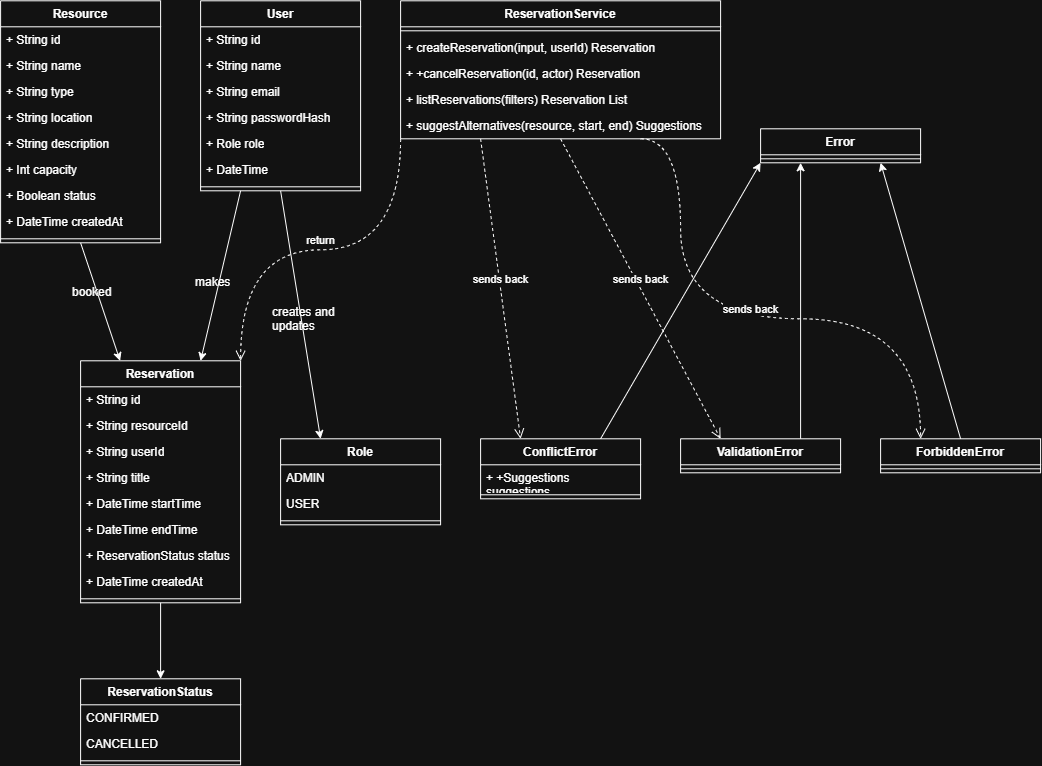
This is docs/diagrams/class.png from Dunith-Code/reservacore, a draw.io export, as it was before one commit. Source tidied: cells renumbered, new cells last; positions are measured from the earlier drawing's top-left corner, leaving out a move shared by most shapes.
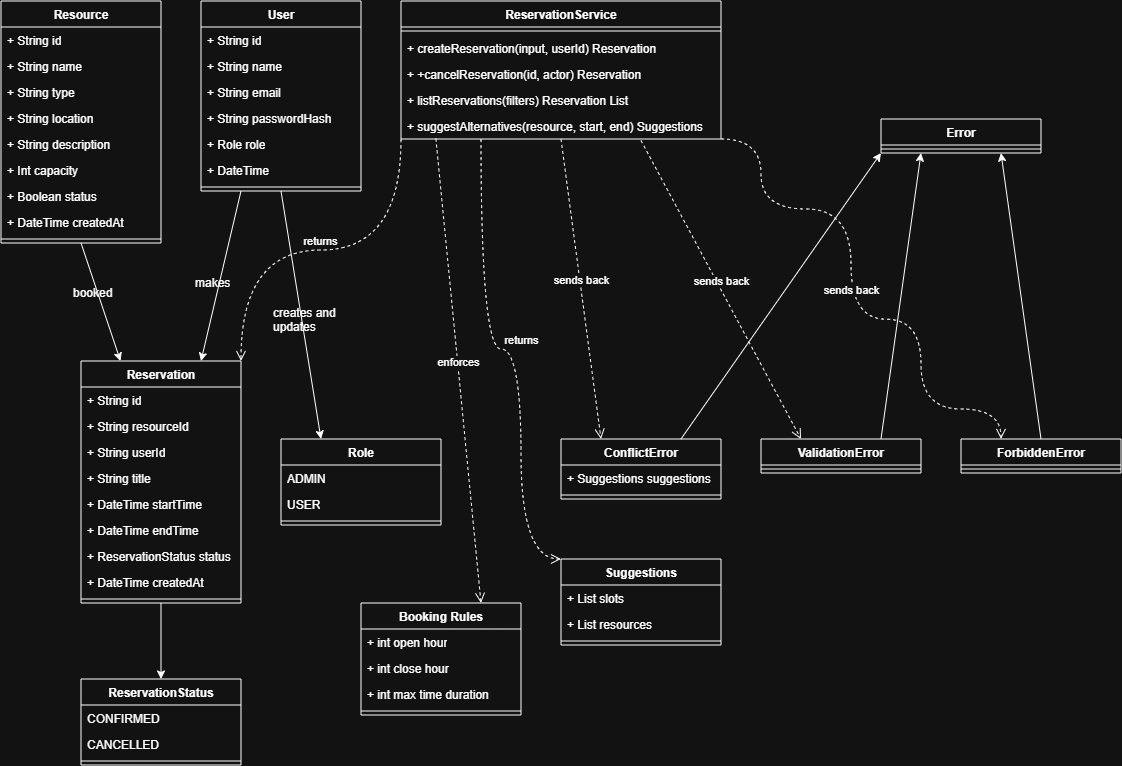
The same file after the commit.

Commit message:
Update class and sequence diagram

Change to the diagram source:
```diff
@@ -87,7 +87,7 @@
       <mxGeometry y="234" width="160" height="8" as="geometry" />
     </mxCell>
     <mxCell id="30" value="Error" style="swimlane;fontStyle=1;align=center;verticalAlign=top;horizontal=1;startSize=26;whiteSpace=wrap;html=1;" parent="1" vertex="1">
-      <mxGeometry x="760" y="128" width="160" height="34" as="geometry" />
+      <mxGeometry x="880" y="118" width="160" height="34" as="geometry" />
     </mxCell>
     <mxCell id="31" style="line;strokeWidth=1;fillColor=none;align=left;verticalAlign=middle;spacingTop=-1;spacingLeft=3;spacingRight=3;labelPosition=right;strokeColor=inherit;" parent="30" vertex="1">
       <mxGeometry y="26" width="160" height="8" as="geometry" />
@@ -105,9 +105,9 @@
       <mxGeometry y="78" width="160" height="8" as="geometry" />
     </mxCell>
     <mxCell id="36" value="ConflictError" style="swimlane;fontStyle=1;align=center;verticalAlign=top;horizontal=1;startSize=26;whiteSpace=wrap;html=1;" parent="1" vertex="1">
-      <mxGeometry x="480" y="438" width="160" height="60" as="geometry" />
+      <mxGeometry x="560" y="438" width="160" height="60" as="geometry" />
     </mxCell>
-    <mxCell id="37" value="+ +Suggestions suggestions" style="text;strokeColor=none;fillColor=none;align=left;verticalAlign=top;spacingLeft=4;spacingRight=4;overflow=hidden;whiteSpace=wrap;html=1;" parent="36" vertex="1">
+    <mxCell id="37" value="+ Suggestions suggestions" style="text;strokeColor=none;fillColor=none;align=left;verticalAlign=top;spacingLeft=4;spacingRight=4;overflow=hidden;whiteSpace=wrap;html=1;" parent="36" vertex="1">
       <mxGeometry y="26" width="160" height="26" as="geometry" />
     </mxCell>
     <mxCell id="38" style="line;strokeWidth=1;fillColor=none;align=left;verticalAlign=middle;spacingTop=-1;spacingLeft=3;spacingRight=3;labelPosition=right;strokeColor=inherit;" parent="36" vertex="1">
@@ -144,32 +144,36 @@
       <mxGeometry y="112" width="320" height="26" as="geometry" />
     </mxCell>
     <mxCell id="49" value="ValidationError" style="swimlane;fontStyle=1;align=center;verticalAlign=top;horizontal=1;startSize=26;whiteSpace=wrap;html=1;" parent="1" vertex="1">
-      <mxGeometry x="680" y="438" width="160" height="34" as="geometry" />
+      <mxGeometry x="760" y="438" width="160" height="34" as="geometry" />
     </mxCell>
     <mxCell id="50" style="line;strokeWidth=1;fillColor=none;align=left;verticalAlign=middle;spacingTop=-1;spacingLeft=3;spacingRight=3;labelPosition=right;strokeColor=inherit;" parent="49" vertex="1">
       <mxGeometry y="26" width="160" height="8" as="geometry" />
     </mxCell>
     <mxCell id="51" value="ForbiddenError" style="swimlane;fontStyle=1;align=center;verticalAlign=top;horizontal=1;startSize=26;whiteSpace=wrap;html=1;" parent="1" vertex="1">
-      <mxGeometry x="880" y="438" width="160" height="34" as="geometry" />
+      <mxGeometry x="960" y="438" width="160" height="34" as="geometry" />
     </mxCell>
     <mxCell id="52" style="line;strokeWidth=1;fillColor=none;align=left;verticalAlign=middle;spacingTop=-1;spacingLeft=3;spacingRight=3;labelPosition=right;strokeColor=inherit;" parent="51" vertex="1">
       <mxGeometry y="26" width="160" height="8" as="geometry" />
     </mxCell>
-    <mxCell id="53" value="return" style="html=1;verticalAlign=bottom;endArrow=open;dashed=1;endSize=8;curved=1;rounded=0;entryX=1;entryY=0;entryDx=0;entryDy=0;exitX=0;exitY=1;exitDx=0;exitDy=0;edgeStyle=orthogonalEdgeStyle;" parent="1" edge="1" source="43" target="20">
+    <mxCell id="53" value="returns" style="html=1;verticalAlign=bottom;endArrow=open;dashed=1;endSize=8;curved=1;rounded=0;entryX=1;entryY=0;entryDx=0;entryDy=0;exitX=0;exitY=1;exitDx=0;exitDy=0;edgeStyle=orthogonalEdgeStyle;" parent="1" edge="1" source="43" target="20">
       <mxGeometry relative="1" as="geometry" />
     </mxCell>
-    <mxCell id="54" value="sends back" style="html=1;verticalAlign=bottom;endArrow=open;dashed=1;endSize=8;curved=0;rounded=0;exitX=0.25;exitY=1;exitDx=0;exitDy=0;entryX=0.25;entryY=0;entryDx=0;entryDy=0;" parent="1" edge="1" source="43" target="36">
+    <mxCell id="54" value="sends back" style="html=1;verticalAlign=bottom;endArrow=open;dashed=1;endSize=8;curved=0;rounded=0;entryX=0.25;entryY=0;entryDx=0;entryDy=0;exitX=0.5;exitY=1;exitDx=0;exitDy=0;" parent="1" edge="1" source="43" target="36">
       <mxGeometry relative="1" as="geometry" />
     </mxCell>
-    <mxCell id="55" value="sends back" style="html=1;verticalAlign=bottom;endArrow=open;dashed=1;endSize=8;curved=0;rounded=0;exitX=0.5;exitY=1;exitDx=0;exitDy=0;entryX=0.25;entryY=0;entryDx=0;entryDy=0;" parent="1" edge="1" source="43" target="49">
+    <mxCell id="55" value="sends back" style="html=1;verticalAlign=bottom;endArrow=open;dashed=1;endSize=8;curved=0;rounded=0;entryX=0.25;entryY=0;entryDx=0;entryDy=0;exitX=0.75;exitY=1.058;exitDx=0;exitDy=0;exitPerimeter=0;" parent="1" edge="1" source="48" target="49">
       <mxGeometry relative="1" as="geometry" />
     </mxCell>
-    <mxCell id="56" value="sends back" style="html=1;verticalAlign=bottom;endArrow=open;dashed=1;endSize=8;curved=1;rounded=0;exitX=0.75;exitY=1;exitDx=0;exitDy=0;entryX=0.25;entryY=0;entryDx=0;entryDy=0;edgeStyle=orthogonalEdgeStyle;" parent="1" edge="1" source="43" target="51">
+    <mxCell id="56" value="sends back" style="html=1;verticalAlign=bottom;endArrow=open;dashed=1;endSize=8;curved=1;rounded=0;exitX=1;exitY=1;exitDx=0;exitDy=0;entryX=0.25;entryY=0;entryDx=0;entryDy=0;edgeStyle=orthogonalEdgeStyle;" parent="1" edge="1" source="43" target="51">
       <mxGeometry relative="1" as="geometry">
         <Array as="points">
-          <mxPoint x="680" y="138.1" />
-          <mxPoint x="680" y="318.1" />
+          <mxPoint x="760" y="138" />
+          <mxPoint x="760" y="208" />
+          <mxPoint x="850" y="208" />
+          <mxPoint x="850" y="318.1" />
           <mxPoint x="920" y="318.1" />
+          <mxPoint x="920" y="408" />
+          <mxPoint x="1000" y="408" />
         </Array>
       </mxGeometry>
     </mxCell>
@@ -212,5 +216,44 @@
     <mxCell id="69" value="creates and updates" style="text;whiteSpace=wrap;html=1;" parent="67" vertex="1">
       <mxGeometry width="90" height="40" as="geometry" />
     </mxCell>
+    <mxCell id="70" value="Suggestions" style="swimlane;fontStyle=1;align=center;verticalAlign=top;horizontal=1;startSize=26;whiteSpace=wrap;html=1;" parent="1" vertex="1">
+      <mxGeometry x="560" y="558" width="160" height="86" as="geometry" />
+    </mxCell>
+    <mxCell id="71" value="+ List slots" style="text;strokeColor=none;fillColor=none;align=left;verticalAlign=top;spacingLeft=4;spacingRight=4;overflow=hidden;whiteSpace=wrap;html=1;" parent="70" vertex="1">
+      <mxGeometry y="26" width="160" height="26" as="geometry" />
+    </mxCell>
+    <mxCell id="72" value="+ List resources" style="text;strokeColor=none;fillColor=none;align=left;verticalAlign=top;spacingLeft=4;spacingRight=4;overflow=hidden;whiteSpace=wrap;html=1;" parent="70" vertex="1">
+      <mxGeometry y="52" width="160" height="26" as="geometry" />
+    </mxCell>
+    <mxCell id="73" style="line;strokeWidth=1;fillColor=none;align=left;verticalAlign=middle;spacingTop=-1;spacingLeft=3;spacingRight=3;labelPosition=right;strokeColor=inherit;" parent="70" vertex="1">
+      <mxGeometry y="78" width="160" height="8" as="geometry" />
+    </mxCell>
+    <mxCell id="74" value="returns" style="html=1;verticalAlign=bottom;endArrow=open;dashed=1;endSize=8;curved=1;rounded=0;entryX=0;entryY=0;entryDx=0;entryDy=0;exitX=0.25;exitY=1;exitDx=0;exitDy=0;edgeStyle=orthogonalEdgeStyle;" parent="1" edge="1" source="43" target="70">
+      <mxGeometry relative="1" as="geometry">
+        <Array as="points">
+          <mxPoint x="480" y="348" />
+          <mxPoint x="520" y="348" />
+          <mxPoint x="520" y="558" />
+        </Array>
+      </mxGeometry>
+    </mxCell>
+    <mxCell id="75" value="Booking Rules" style="swimlane;fontStyle=1;align=center;verticalAlign=top;horizontal=1;startSize=26;whiteSpace=wrap;html=1;" parent="1" vertex="1">
+      <mxGeometry x="360" y="602" width="160" height="112" as="geometry" />
+    </mxCell>
+    <mxCell id="76" value="+ int open hour" style="text;strokeColor=none;fillColor=none;align=left;verticalAlign=top;spacingLeft=4;spacingRight=4;overflow=hidden;whiteSpace=wrap;html=1;" parent="75" vertex="1">
+      <mxGeometry y="26" width="160" height="26" as="geometry" />
+    </mxCell>
+    <mxCell id="77" value="+ int close hour" style="text;strokeColor=none;fillColor=none;align=left;verticalAlign=top;spacingLeft=4;spacingRight=4;overflow=hidden;whiteSpace=wrap;html=1;" parent="75" vertex="1">
+      <mxGeometry y="52" width="160" height="26" as="geometry" />
+    </mxCell>
+    <mxCell id="78" value="+ int max time duration" style="text;strokeColor=none;fillColor=none;align=left;verticalAlign=top;spacingLeft=4;spacingRight=4;overflow=hidden;whiteSpace=wrap;html=1;" parent="75" vertex="1">
+      <mxGeometry y="78" width="160" height="26" as="geometry" />
+    </mxCell>
+    <mxCell id="79" style="line;strokeWidth=1;fillColor=none;align=left;verticalAlign=middle;spacingTop=-1;spacingLeft=3;spacingRight=3;labelPosition=right;strokeColor=inherit;" parent="75" vertex="1">
+      <mxGeometry y="104" width="160" height="8" as="geometry" />
+    </mxCell>
+    <mxCell id="80" value="enforces" style="html=1;verticalAlign=bottom;endArrow=open;dashed=1;endSize=8;curved=0;rounded=0;entryX=0.75;entryY=0;entryDx=0;entryDy=0;exitX=0.109;exitY=0.981;exitDx=0;exitDy=0;exitPerimeter=0;" parent="1" edge="1" source="48" target="75">
+      <mxGeometry relative="1" as="geometry" />
+    </mxCell>
   </root>
 </mxGraphModel>
```
